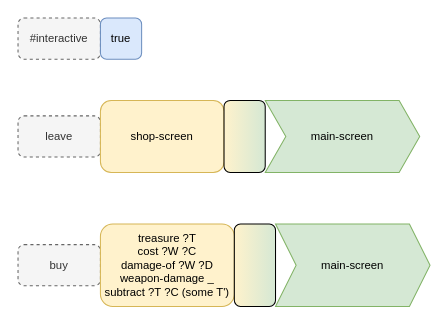
Above: page "shop<Dungeon Crawler<Top" (7 of 16) of dw/dc.drawio in guitarvydas/ceptre (draw.io), before the change. Source tidied: cells renumbered, new cells numbered last; positions are measured from the earlier drawing's top-left corner, leaving out a move shared by most shapes. Both pictures are drawn from the tidied source at 103%, with x=0, y=0 at pixel (18, 18).
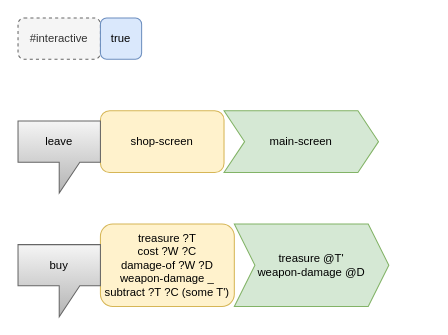
The same diagram, later.

The edit, as a diff of the source:
```diff
@@
 <mxGraphModel>
   <root>
     <mxCell id="0" />
     <mxCell id="1" parent="0" />
     <mxCell id="2" value="#interactive" style="rounded=1;whiteSpace=wrap;html=1;fontFamily=Helvetica;fontSize=11;fontColor=#333333;fillColor=#f5f5f5;strokeColor=#666666;dashed=1;" parent="1" vertex="1">
       <mxGeometry width="80" height="40" as="geometry" />
     </mxCell>
     <mxCell id="3" value="true" style="rounded=1;whiteSpace=wrap;html=1;fontFamily=Helvetica;fontSize=11;fillColor=#dae8fc;strokeColor=#6c8ebf;" parent="1" vertex="1">
       <mxGeometry x="80" width="40" height="40" as="geometry" />
     </mxCell>
-    <mxCell id="4" value="leave" style="rounded=1;whiteSpace=wrap;html=1;fontFamily=Helvetica;fontSize=11;fontColor=#333333;fillColor=#f5f5f5;strokeColor=#666666;dashed=1;" parent="1" vertex="1">
-      <mxGeometry y="95" width="80" height="40" as="geometry" />
-    </mxCell>
     <mxCell id="5" value="shop-screen" style="rounded=1;whiteSpace=wrap;html=1;fontFamily=Helvetica;fontSize=11;fillColor=#fff2cc;strokeColor=#d6b656;" parent="1" vertex="1">
-      <mxGeometry x="80" y="80" width="120" height="70" as="geometry" />
+      <mxGeometry x="80" y="90" width="120" height="60" as="geometry" />
     </mxCell>
-    <mxCell id="6" value="buy" style="rounded=1;whiteSpace=wrap;html=1;fontFamily=Helvetica;fontSize=11;fontColor=#333333;fillColor=#f5f5f5;strokeColor=#666666;dashed=1;" parent="1" vertex="1">
-      <mxGeometry y="220" width="80" height="40" as="geometry" />
-    </mxCell>
     <mxCell id="7" value="treasure ?T&lt;br&gt;cost ?W ?C&lt;br&gt;damage-of ?W ?D&lt;br&gt;weapon-damage _&lt;br&gt;subtract ?T ?C (some T')" style="rounded=1;whiteSpace=wrap;html=1;fontFamily=Helvetica;fontSize=11;fillColor=#fff2cc;strokeColor=#d6b656;" parent="1" vertex="1">
       <mxGeometry x="80" y="200" width="130" height="80" as="geometry" />
     </mxCell>
-    <mxCell id="8" style="rounded=1;whiteSpace=wrap;html=1;fontFamily=Helvetica;fontSize=11;gradientColor=#D5E8D4;fillColor=#FFF2CC;gradientDirection=east;" parent="1" vertex="1">
-      <mxGeometry x="200" y="80" width="40" height="70" as="geometry" />
-    </mxCell>
-    <mxCell id="9" value="main-screen" style="shape=step;perimeter=stepPerimeter;whiteSpace=wrap;html=1;fixedSize=1;fontFamily=Helvetica;fontSize=11;fillColor=#d5e8d4;strokeColor=#82b366;" parent="1" vertex="1">
-      <mxGeometry x="250" y="200" width="150" height="80" as="geometry" />
+    <mxCell id="9" value="treasure @T'&lt;br&gt;weapon-damage @D" style="shape=step;perimeter=stepPerimeter;whiteSpace=wrap;html=1;fixedSize=1;fontFamily=Helvetica;fontSize=11;fillColor=#d5e8d4;strokeColor=#82b366;" parent="1" vertex="1">
+      <mxGeometry x="210" y="200" width="150" height="80" as="geometry" />
     </mxCell>
     <mxCell id="10" value="main-screen" style="shape=step;perimeter=stepPerimeter;whiteSpace=wrap;html=1;fixedSize=1;fontFamily=Helvetica;fontSize=11;fillColor=#d5e8d4;strokeColor=#82b366;" parent="1" vertex="1">
-      <mxGeometry x="240" y="80" width="150" height="70" as="geometry" />
+      <mxGeometry x="200" y="90" width="150" height="60" as="geometry" />
     </mxCell>
-    <mxCell id="11" style="rounded=1;whiteSpace=wrap;html=1;fontFamily=Helvetica;fontSize=11;gradientColor=#D5E8D4;fillColor=#FFF2CC;gradientDirection=east;" parent="1" vertex="1">
-      <mxGeometry x="210" y="200" width="40" height="80" as="geometry" />
-    </mxCell>
+    <mxCell id="4" value="leave" style="shape=callout;whiteSpace=wrap;html=1;perimeter=calloutPerimeter;fontFamily=Helvetica;fontSize=11;fillColor=#f5f5f5;gradientColor=#b3b3b3;strokeColor=#666666;" parent="1" vertex="1">
+      <mxGeometry y="100" width="80" height="70" as="geometry" />
+    </mxCell>
+    <mxCell id="6" value="buy" style="shape=callout;whiteSpace=wrap;html=1;perimeter=calloutPerimeter;fontFamily=Helvetica;fontSize=11;fillColor=#f5f5f5;gradientColor=#b3b3b3;strokeColor=#666666;" parent="1" vertex="1">
+      <mxGeometry y="220" width="80" height="70" as="geometry" />
+    </mxCell>
   </root>
 </mxGraphModel>
```
